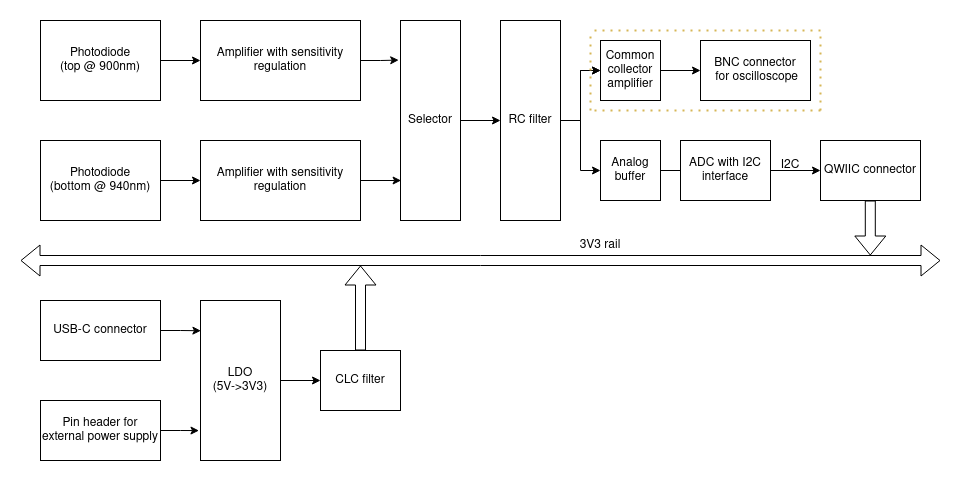
antmicro/infrared-irradiance-probe keeps this draw.io diagram as ir-irradiance-probe-diagram.png. Above is the earlier version. Source tidied: cells renumbered, new cells last; positions are measured from the earlier drawing's top-left corner, leaving out a move shared by most shapes. Its diagram source:
```xml
<mxGraphModel>
  <root>
    <mxCell id="0" />
    <mxCell id="1" parent="0" />
    <mxCell id="2" style="edgeStyle=orthogonalEdgeStyle;rounded=0;jettySize=auto;html=1;entryX=0;entryY=0.5;entryDx=0;entryDy=0;" parent="1" edge="1" source="3" target="9">
      <mxGeometry relative="1" as="geometry" />
    </mxCell>
    <mxCell id="3" value="&lt;div&gt;Photodiode&lt;/div&gt;&lt;div&gt;(top @ 900nm)&lt;br&gt;&lt;/div&gt;" style="rounded=0;whiteSpace=wrap;html=1;" parent="1" vertex="1">
      <mxGeometry x="20" width="120" height="80" as="geometry" />
    </mxCell>
    <mxCell id="4" style="edgeStyle=orthogonalEdgeStyle;rounded=0;jettySize=auto;html=1;entryX=0;entryY=0.5;entryDx=0;entryDy=0;" parent="1" edge="1" source="5" target="17">
      <mxGeometry relative="1" as="geometry" />
    </mxCell>
    <mxCell id="5" value="&lt;div&gt;Photodiode&lt;/div&gt;&lt;div&gt;(bottom @ 940nm)&lt;br&gt;&lt;/div&gt;" style="rounded=0;whiteSpace=wrap;html=1;" parent="1" vertex="1">
      <mxGeometry x="20" y="120" width="120" height="80" as="geometry" />
    </mxCell>
    <mxCell id="6" style="edgeStyle=orthogonalEdgeStyle;rounded=0;jettySize=auto;html=1;entryX=0;entryY=0.5;entryDx=0;entryDy=0;" parent="1" edge="1" source="7" target="34">
      <mxGeometry relative="1" as="geometry" />
    </mxCell>
    <mxCell id="7" value="Selector" style="rounded=0;whiteSpace=wrap;html=1;" parent="1" vertex="1">
      <mxGeometry x="380" width="60" height="200" as="geometry" />
    </mxCell>
    <mxCell id="8" style="edgeStyle=orthogonalEdgeStyle;rounded=0;jettySize=auto;html=1;entryX=-0.03;entryY=0.198;entryDx=0;entryDy=0;entryPerimeter=0;" parent="1" edge="1" source="9" target="7">
      <mxGeometry relative="1" as="geometry" />
    </mxCell>
    <mxCell id="9" value="Amplifier with sensitivity regulation" style="rounded=0;whiteSpace=wrap;html=1;" parent="1" vertex="1">
      <mxGeometry x="180" width="160" height="80" as="geometry" />
    </mxCell>
    <mxCell id="10" value="&lt;div&gt;BNC connector&lt;/div&gt;&lt;div&gt;&amp;nbsp;for oscilloscope&lt;/div&gt;" style="rounded=0;whiteSpace=wrap;html=1;" parent="1" vertex="1">
      <mxGeometry x="680" y="20" width="110" height="60" as="geometry" />
    </mxCell>
    <mxCell id="11" style="edgeStyle=orthogonalEdgeStyle;rounded=0;jettySize=auto;html=1;" parent="1" edge="1" source="12">
      <mxGeometry relative="1" as="geometry">
        <mxPoint x="680" y="150" as="targetPoint" />
      </mxGeometry>
    </mxCell>
    <mxCell id="12" value="Analog buffer" style="rounded=0;whiteSpace=wrap;html=1;" parent="1" vertex="1">
      <mxGeometry x="580" y="120" width="60" height="60" as="geometry" />
    </mxCell>
    <mxCell id="13" style="edgeStyle=orthogonalEdgeStyle;rounded=0;jettySize=auto;html=1;entryX=0;entryY=0.5;entryDx=0;entryDy=0;" parent="1" edge="1" source="14" target="15">
      <mxGeometry relative="1" as="geometry" />
    </mxCell>
    <mxCell id="14" value="ADC with I2C interface" style="rounded=0;whiteSpace=wrap;html=1;" parent="1" vertex="1">
      <mxGeometry x="660" y="120" width="90" height="60" as="geometry" />
    </mxCell>
    <mxCell id="15" value="QWIIC connector" style="rounded=0;whiteSpace=wrap;html=1;" parent="1" vertex="1">
      <mxGeometry x="800" y="120" width="100" height="60" as="geometry" />
    </mxCell>
    <mxCell id="16" style="edgeStyle=orthogonalEdgeStyle;rounded=0;jettySize=auto;html=1;entryX=0.01;entryY=0.8;entryDx=0;entryDy=0;entryPerimeter=0;" parent="1" edge="1" source="17" target="7">
      <mxGeometry relative="1" as="geometry" />
    </mxCell>
    <mxCell id="17" value="Amplifier with sensitivity regulation" style="rounded=0;whiteSpace=wrap;html=1;" parent="1" vertex="1">
      <mxGeometry x="180" y="120" width="160" height="80" as="geometry" />
    </mxCell>
    <mxCell id="18" style="shape=flexArrow;endArrow=classic;startArrow=classic;html=1;rounded=0;" parent="1" edge="1">
      <mxGeometry relative="1" as="geometry">
        <mxPoint y="240" as="sourcePoint" />
        <mxPoint x="920" y="240" as="targetPoint" />
      </mxGeometry>
    </mxCell>
    <mxCell id="19" style="edgeStyle=orthogonalEdgeStyle;rounded=0;jettySize=auto;html=1;entryX=0.005;entryY=0.189;entryDx=0;entryDy=0;entryPerimeter=0;" parent="1" edge="1" source="20" target="26">
      <mxGeometry relative="1" as="geometry" />
    </mxCell>
    <mxCell id="20" value="USB-C connector" style="rounded=0;whiteSpace=wrap;html=1;" parent="1" vertex="1">
      <mxGeometry x="20" y="280" width="120" height="60" as="geometry" />
    </mxCell>
    <mxCell id="21" style="edgeStyle=orthogonalEdgeStyle;rounded=0;jettySize=auto;html=1;entryX=0;entryY=0.5;entryDx=0;entryDy=0;" parent="1" edge="1" source="22" target="10">
      <mxGeometry relative="1" as="geometry" />
    </mxCell>
    <mxCell id="22" value="Common collector amplifier" style="rounded=0;whiteSpace=wrap;html=1;" parent="1" vertex="1">
      <mxGeometry x="580" y="20" width="60" height="60" as="geometry" />
    </mxCell>
    <mxCell id="23" style="edgeStyle=orthogonalEdgeStyle;rounded=0;jettySize=auto;html=1;entryX=-0.019;entryY=0.813;entryDx=0;entryDy=0;entryPerimeter=0;" parent="1" edge="1" source="24" target="26">
      <mxGeometry relative="1" as="geometry" />
    </mxCell>
    <mxCell id="24" value="Pin header for external power supply" style="rounded=0;whiteSpace=wrap;html=1;" parent="1" vertex="1">
      <mxGeometry x="20" y="380" width="120" height="60" as="geometry" />
    </mxCell>
    <mxCell id="25" style="edgeStyle=orthogonalEdgeStyle;rounded=0;jettySize=auto;html=1;entryX=0;entryY=0.5;entryDx=0;entryDy=0;" parent="1" edge="1" source="26" target="27">
      <mxGeometry relative="1" as="geometry" />
    </mxCell>
    <mxCell id="26" value="&lt;div&gt;LDO&lt;/div&gt;&lt;div&gt;(5V-&amp;gt;3V3)&lt;br&gt;&lt;/div&gt;" style="rounded=0;whiteSpace=wrap;html=1;" parent="1" vertex="1">
      <mxGeometry x="180" y="280" width="80" height="160" as="geometry" />
    </mxCell>
    <mxCell id="27" value="CLC filter" style="rounded=0;whiteSpace=wrap;html=1;" parent="1" vertex="1">
      <mxGeometry x="300" y="330" width="80" height="60" as="geometry" />
    </mxCell>
    <mxCell id="28" style="shape=flexArrow;endArrow=classic;html=1;rounded=0;entryX=0.5;entryY=0;entryDx=0;entryDy=0;exitX=0.5;exitY=0;exitDx=0;exitDy=0;" parent="1" edge="1" source="27">
      <mxGeometry relative="1" as="geometry">
        <mxPoint x="340" y="245" as="targetPoint" />
      </mxGeometry>
    </mxCell>
    <mxCell id="29" style="shape=flexArrow;endArrow=classic;html=1;rounded=0;" parent="1" edge="1">
      <mxGeometry relative="1" as="geometry">
        <mxPoint x="849.8" y="180" as="sourcePoint" />
        <mxPoint x="849.8" y="235" as="targetPoint" />
      </mxGeometry>
    </mxCell>
    <mxCell id="30" value="3V3 rail" style="text;html=1;strokeColor=none;fillColor=none;align=center;verticalAlign=middle;whiteSpace=wrap;rounded=0;" parent="1" vertex="1">
      <mxGeometry x="550" y="210" width="60" height="30" as="geometry" />
    </mxCell>
    <mxCell id="31" style="edgeStyle=orthogonalEdgeStyle;rounded=0;jettySize=auto;html=1;entryX=0;entryY=0.5;entryDx=0;entryDy=0;" parent="1" edge="1" source="34" target="22">
      <mxGeometry relative="1" as="geometry" />
    </mxCell>
    <mxCell id="32" style="edgeStyle=orthogonalEdgeStyle;rounded=0;jettySize=auto;html=1;" parent="1" edge="1" source="34" target="22">
      <mxGeometry relative="1" as="geometry" />
    </mxCell>
    <mxCell id="33" style="edgeStyle=orthogonalEdgeStyle;rounded=0;jettySize=auto;html=1;entryX=0;entryY=0.5;entryDx=0;entryDy=0;" parent="1" edge="1" source="34" target="12">
      <mxGeometry relative="1" as="geometry" />
    </mxCell>
    <mxCell id="34" value="RC filter" style="rounded=0;whiteSpace=wrap;html=1;" parent="1" vertex="1">
      <mxGeometry x="480" width="60" height="200" as="geometry" />
    </mxCell>
    <mxCell id="35" style="endArrow=none;dashed=1;html=1;dashPattern=1 3;strokeWidth=2;rounded=0;fillColor=#fff2cc;strokeColor=#d6b656;gradientColor=#ffd966;" parent="1" edge="1">
      <mxGeometry relative="1" as="geometry">
        <mxPoint x="800" y="10" as="sourcePoint" />
        <mxPoint x="570" y="10" as="targetPoint" />
      </mxGeometry>
    </mxCell>
    <mxCell id="36" style="endArrow=none;dashed=1;html=1;dashPattern=1 3;strokeWidth=2;rounded=0;fillColor=#fff2cc;strokeColor=#d6b656;gradientColor=#ffd966;" parent="1" edge="1">
      <mxGeometry relative="1" as="geometry">
        <mxPoint x="800" y="90" as="sourcePoint" />
        <mxPoint x="800" y="10" as="targetPoint" />
      </mxGeometry>
    </mxCell>
    <mxCell id="37" style="endArrow=none;dashed=1;html=1;dashPattern=1 3;strokeWidth=2;rounded=0;fillColor=#fff2cc;strokeColor=#d6b656;gradientColor=#ffd966;" parent="1" edge="1">
      <mxGeometry relative="1" as="geometry">
        <mxPoint x="800" y="90" as="sourcePoint" />
        <mxPoint x="570" y="90" as="targetPoint" />
      </mxGeometry>
    </mxCell>
    <mxCell id="38" style="endArrow=none;dashed=1;html=1;dashPattern=1 3;strokeWidth=2;rounded=0;fillColor=#fff2cc;strokeColor=#d6b656;gradientColor=#ffd966;" parent="1" edge="1">
      <mxGeometry relative="1" as="geometry">
        <mxPoint x="570" y="90" as="sourcePoint" />
        <mxPoint x="570" y="10" as="targetPoint" />
      </mxGeometry>
    </mxCell>
    <mxCell id="39" value="I2C" style="text;html=1;strokeColor=none;fillColor=none;align=center;verticalAlign=middle;whiteSpace=wrap;rounded=0;" parent="1" vertex="1">
      <mxGeometry x="740" y="130" width="60" height="30" as="geometry" />
    </mxCell>
  </root>
</mxGraphModel>
```
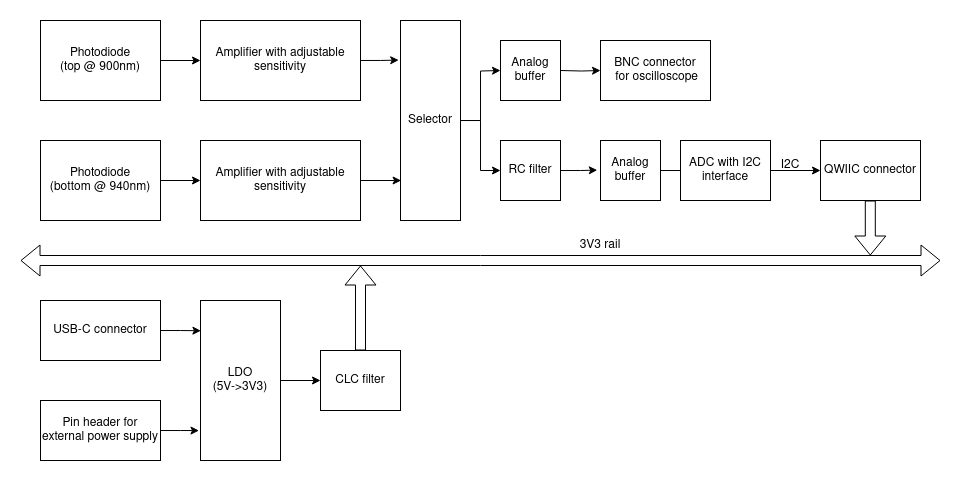
Later version of the same file.

Commit message:
[#47284] Update block diagram

The edit, as a diff of the source:
```diff
@@ -17,17 +17,22 @@
     <mxCell id="6" style="edgeStyle=orthogonalEdgeStyle;rounded=0;jettySize=auto;html=1;entryX=0;entryY=0.5;entryDx=0;entryDy=0;" parent="1" edge="1" source="7" target="34">
       <mxGeometry relative="1" as="geometry" />
     </mxCell>
+    <mxCell id="40" style="edgeStyle=orthogonalEdgeStyle;rounded=0;jettySize=auto;html=1;entryX=0;entryY=0.5;entryDx=0;entryDy=0;" parent="1" edge="1" source="7">
+      <mxGeometry relative="1" as="geometry">
+        <mxPoint x="480" y="50" as="targetPoint" />
+      </mxGeometry>
+    </mxCell>
     <mxCell id="7" value="Selector" style="rounded=0;whiteSpace=wrap;html=1;" parent="1" vertex="1">
       <mxGeometry x="380" width="60" height="200" as="geometry" />
     </mxCell>
     <mxCell id="8" style="edgeStyle=orthogonalEdgeStyle;rounded=0;jettySize=auto;html=1;entryX=-0.03;entryY=0.198;entryDx=0;entryDy=0;entryPerimeter=0;" parent="1" edge="1" source="9" target="7">
       <mxGeometry relative="1" as="geometry" />
     </mxCell>
-    <mxCell id="9" value="Amplifier with sensitivity regulation" style="rounded=0;whiteSpace=wrap;html=1;" parent="1" vertex="1">
+    <mxCell id="9" value="Amplifier with adjustable sensitivity" style="rounded=0;whiteSpace=wrap;html=1;" parent="1" vertex="1">
       <mxGeometry x="180" width="160" height="80" as="geometry" />
     </mxCell>
     <mxCell id="10" value="&lt;div&gt;BNC connector&lt;/div&gt;&lt;div&gt;&amp;nbsp;for oscilloscope&lt;/div&gt;" style="rounded=0;whiteSpace=wrap;html=1;" parent="1" vertex="1">
-      <mxGeometry x="680" y="20" width="110" height="60" as="geometry" />
+      <mxGeometry x="580" y="20" width="110" height="60" as="geometry" />
     </mxCell>
     <mxCell id="11" style="edgeStyle=orthogonalEdgeStyle;rounded=0;jettySize=auto;html=1;" parent="1" edge="1" source="12">
       <mxGeometry relative="1" as="geometry">
@@ -49,7 +54,7 @@
     <mxCell id="16" style="edgeStyle=orthogonalEdgeStyle;rounded=0;jettySize=auto;html=1;entryX=0.01;entryY=0.8;entryDx=0;entryDy=0;entryPerimeter=0;" parent="1" edge="1" source="17" target="7">
       <mxGeometry relative="1" as="geometry" />
     </mxCell>
-    <mxCell id="17" value="Amplifier with sensitivity regulation" style="rounded=0;whiteSpace=wrap;html=1;" parent="1" vertex="1">
+    <mxCell id="17" value="Amplifier with adjustable sensitivity " style="rounded=0;whiteSpace=wrap;html=1;" parent="1" vertex="1">
       <mxGeometry x="180" y="120" width="160" height="80" as="geometry" />
     </mxCell>
     <mxCell id="18" style="shape=flexArrow;endArrow=classic;startArrow=classic;html=1;rounded=0;" parent="1" edge="1">
@@ -64,12 +69,11 @@
     <mxCell id="20" value="USB-C connector" style="rounded=0;whiteSpace=wrap;html=1;" parent="1" vertex="1">
       <mxGeometry x="20" y="280" width="120" height="60" as="geometry" />
     </mxCell>
-    <mxCell id="21" style="edgeStyle=orthogonalEdgeStyle;rounded=0;jettySize=auto;html=1;entryX=0;entryY=0.5;entryDx=0;entryDy=0;" parent="1" edge="1" source="22" target="10">
-      <mxGeometry relative="1" as="geometry" />
+    <mxCell id="21" style="edgeStyle=orthogonalEdgeStyle;rounded=0;jettySize=auto;html=1;entryX=0;entryY=0.5;entryDx=0;entryDy=0;" parent="1" edge="1" target="10">
+      <mxGeometry relative="1" as="geometry">
+        <mxPoint x="540" y="50" as="sourcePoint" />
+      </mxGeometry>
     </mxCell>
-    <mxCell id="22" value="Common collector amplifier" style="rounded=0;whiteSpace=wrap;html=1;" parent="1" vertex="1">
-      <mxGeometry x="580" y="20" width="60" height="60" as="geometry" />
-    </mxCell>
     <mxCell id="23" style="edgeStyle=orthogonalEdgeStyle;rounded=0;jettySize=auto;html=1;entryX=-0.019;entryY=0.813;entryDx=0;entryDy=0;entryPerimeter=0;" parent="1" edge="1" source="24" target="26">
       <mxGeometry relative="1" as="geometry" />
     </mxCell>
@@ -99,44 +103,17 @@
     <mxCell id="30" value="3V3 rail" style="text;html=1;strokeColor=none;fillColor=none;align=center;verticalAlign=middle;whiteSpace=wrap;rounded=0;" parent="1" vertex="1">
       <mxGeometry x="550" y="210" width="60" height="30" as="geometry" />
     </mxCell>
-    <mxCell id="31" style="edgeStyle=orthogonalEdgeStyle;rounded=0;jettySize=auto;html=1;entryX=0;entryY=0.5;entryDx=0;entryDy=0;" parent="1" edge="1" source="34" target="22">
-      <mxGeometry relative="1" as="geometry" />
-    </mxCell>
-    <mxCell id="32" style="edgeStyle=orthogonalEdgeStyle;rounded=0;jettySize=auto;html=1;" parent="1" edge="1" source="34" target="22">
-      <mxGeometry relative="1" as="geometry" />
-    </mxCell>
-    <mxCell id="33" style="edgeStyle=orthogonalEdgeStyle;rounded=0;jettySize=auto;html=1;entryX=0;entryY=0.5;entryDx=0;entryDy=0;" parent="1" edge="1" source="34" target="12">
+    <mxCell id="33" style="edgeStyle=orthogonalEdgeStyle;rounded=0;jettySize=auto;html=1;entryX=-0.054;entryY=0.493;entryDx=0;entryDy=0;entryPerimeter=0;" parent="1" edge="1" source="34" target="12">
       <mxGeometry relative="1" as="geometry" />
     </mxCell>
     <mxCell id="34" value="RC filter" style="rounded=0;whiteSpace=wrap;html=1;" parent="1" vertex="1">
-      <mxGeometry x="480" width="60" height="200" as="geometry" />
+      <mxGeometry x="480" y="120" width="60" height="60" as="geometry" />
     </mxCell>
-    <mxCell id="35" style="endArrow=none;dashed=1;html=1;dashPattern=1 3;strokeWidth=2;rounded=0;fillColor=#fff2cc;strokeColor=#d6b656;gradientColor=#ffd966;" parent="1" edge="1">
-      <mxGeometry relative="1" as="geometry">
-        <mxPoint x="800" y="10" as="sourcePoint" />
-        <mxPoint x="570" y="10" as="targetPoint" />
-      </mxGeometry>
-    </mxCell>
-    <mxCell id="36" style="endArrow=none;dashed=1;html=1;dashPattern=1 3;strokeWidth=2;rounded=0;fillColor=#fff2cc;strokeColor=#d6b656;gradientColor=#ffd966;" parent="1" edge="1">
-      <mxGeometry relative="1" as="geometry">
-        <mxPoint x="800" y="90" as="sourcePoint" />
-        <mxPoint x="800" y="10" as="targetPoint" />
-      </mxGeometry>
-    </mxCell>
-    <mxCell id="37" style="endArrow=none;dashed=1;html=1;dashPattern=1 3;strokeWidth=2;rounded=0;fillColor=#fff2cc;strokeColor=#d6b656;gradientColor=#ffd966;" parent="1" edge="1">
-      <mxGeometry relative="1" as="geometry">
-        <mxPoint x="800" y="90" as="sourcePoint" />
-        <mxPoint x="570" y="90" as="targetPoint" />
-      </mxGeometry>
-    </mxCell>
-    <mxCell id="38" style="endArrow=none;dashed=1;html=1;dashPattern=1 3;strokeWidth=2;rounded=0;fillColor=#fff2cc;strokeColor=#d6b656;gradientColor=#ffd966;" parent="1" edge="1">
-      <mxGeometry relative="1" as="geometry">
-        <mxPoint x="570" y="90" as="sourcePoint" />
-        <mxPoint x="570" y="10" as="targetPoint" />
-      </mxGeometry>
-    </mxCell>
     <mxCell id="39" value="I2C" style="text;html=1;strokeColor=none;fillColor=none;align=center;verticalAlign=middle;whiteSpace=wrap;rounded=0;" parent="1" vertex="1">
       <mxGeometry x="740" y="130" width="60" height="30" as="geometry" />
     </mxCell>
+    <mxCell id="41" value="Analog buffer" style="rounded=0;whiteSpace=wrap;html=1;" parent="1" vertex="1">
+      <mxGeometry x="480" y="20" width="60" height="60" as="geometry" />
+    </mxCell>
   </root>
 </mxGraphModel>
```
